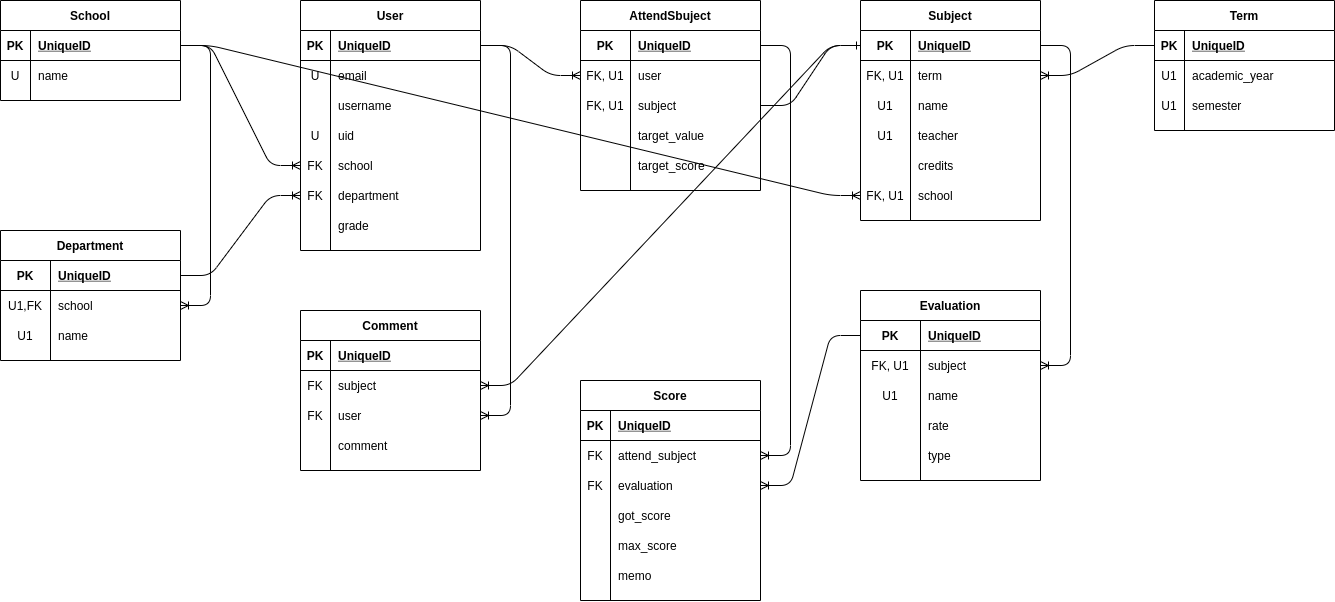
This is references/er.png from kathmandu777/Barifac, a draw.io export, as it was before one commit. Source tidied: cells renumbered, new cells last; positions are measured from the earlier drawing's top-left corner, leaving out a move shared by most shapes.
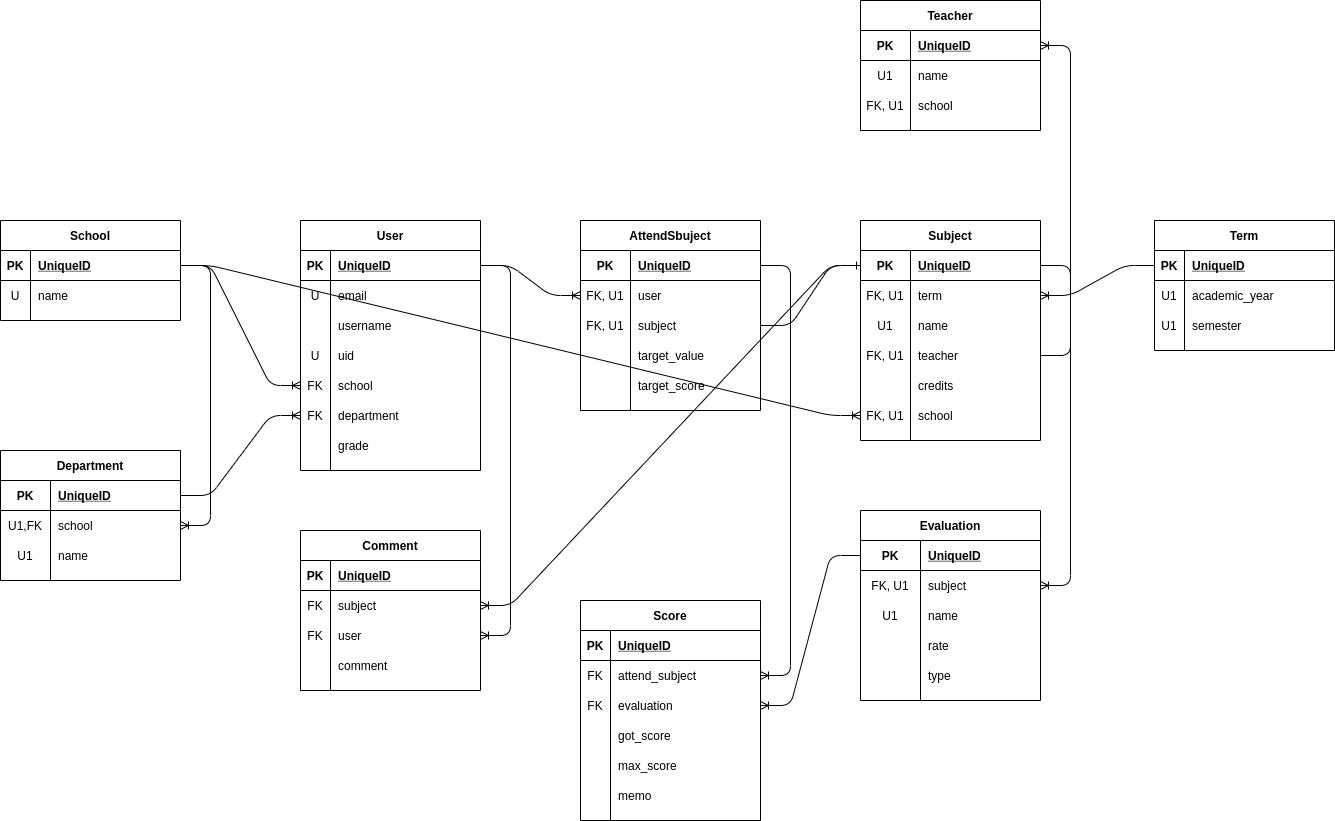
Above is the later version.

Commit message:
fix: add teacher model in er diagram #41

Diff of the diagram source:
```diff
@@ -35,7 +35,7 @@
     <mxCell id="12" style="shape=partialRectangle;fillColor=none;top=0;left=0;bottom=0;right=0;points=[[0,0.5],[1,0.5]];portConstraint=eastwest;" parent="2" vertex="1">
       <mxGeometry y="120" width="180" height="30" as="geometry" />
     </mxCell>
-    <mxCell id="13" value="U1" style="shape=partialRectangle;fillColor=none;top=0;left=0;bottom=0;right=0;overflow=hidden;" parent="12" vertex="1">
+    <mxCell id="13" value="FK, U1" style="shape=partialRectangle;fillColor=none;top=0;left=0;bottom=0;right=0;overflow=hidden;" parent="12" vertex="1">
       <mxGeometry width="50" height="30" as="geometry" />
     </mxCell>
     <mxCell id="14" value="teacher" style="shape=partialRectangle;fillColor=none;top=0;left=0;bottom=0;right=0;align=left;spacingLeft=6;overflow=hidden;" parent="12" vertex="1">
@@ -434,5 +434,38 @@
     <mxCell id="145" style="edgeStyle=entityRelationEdgeStyle;fontSize=12;html=1;endArrow=ERoneToMany;entryX=0;entryY=0.5;entryDx=0;entryDy=0;exitX=1;exitY=0.5;exitDx=0;exitDy=0;" parent="1" edge="1" source="126" target="18">
       <mxGeometry relative="1" as="geometry" />
     </mxCell>
+    <mxCell id="146" value="Teacher" style="shape=table;startSize=30;rowLines=0;fontStyle=1;align=center;" parent="1" vertex="1">
+      <mxGeometry x="860" y="-220" width="180" height="130" as="geometry" />
+    </mxCell>
+    <mxCell id="147" style="shape=partialRectangle;fillColor=none;top=0;left=0;bottom=1;right=0;points=[[0,0.5],[1,0.5]];portConstraint=eastwest;" parent="146" vertex="1">
+      <mxGeometry y="30" width="180" height="30" as="geometry" />
+    </mxCell>
+    <mxCell id="148" value="PK" style="shape=partialRectangle;fillColor=none;top=0;left=0;bottom=0;right=0;fontStyle=1;overflow=hidden;" parent="147" vertex="1">
+      <mxGeometry width="50" height="30" as="geometry" />
+    </mxCell>
+    <mxCell id="149" value="UniqueID" style="shape=partialRectangle;fillColor=none;top=0;left=0;bottom=0;right=0;align=left;spacingLeft=6;fontStyle=5;overflow=hidden;" parent="147" vertex="1">
+      <mxGeometry x="50" width="130" height="30" as="geometry" />
+    </mxCell>
+    <mxCell id="150" style="shape=partialRectangle;fillColor=none;top=0;left=0;bottom=0;right=0;" parent="146" vertex="1">
+      <mxGeometry y="60" width="180" height="30" as="geometry" />
+    </mxCell>
+    <mxCell id="151" value="U1" style="shape=partialRectangle;fillColor=none;top=0;left=0;bottom=0;right=0;overflow=hidden;" parent="150" vertex="1">
+      <mxGeometry width="50" height="30" as="geometry" />
+    </mxCell>
+    <mxCell id="152" value="name" style="shape=partialRectangle;fillColor=none;top=0;left=0;bottom=0;right=0;align=left;spacingLeft=6;overflow=hidden;" parent="150" vertex="1">
+      <mxGeometry x="50" width="130" height="30" as="geometry" />
+    </mxCell>
+    <mxCell id="153" style="shape=partialRectangle;fillColor=none;top=0;left=0;bottom=0;right=0;" parent="146" vertex="1">
+      <mxGeometry y="90" width="180" height="30" as="geometry" />
+    </mxCell>
+    <mxCell id="154" value="FK, U1" style="shape=partialRectangle;fillColor=none;top=0;left=0;bottom=0;right=0;overflow=hidden;" parent="153" vertex="1">
+      <mxGeometry width="50" height="30" as="geometry" />
+    </mxCell>
+    <mxCell id="155" value="school" style="shape=partialRectangle;fillColor=none;top=0;left=0;bottom=0;right=0;align=left;spacingLeft=6;overflow=hidden;" parent="153" vertex="1">
+      <mxGeometry x="50" width="130" height="30" as="geometry" />
+    </mxCell>
+    <mxCell id="156" style="edgeStyle=entityRelationEdgeStyle;fontSize=12;html=1;endArrow=ERoneToMany;exitX=1;exitY=0.5;exitDx=0;exitDy=0;" parent="1" edge="1" source="12" target="147">
+      <mxGeometry relative="1" as="geometry" />
+    </mxCell>
   </root>
 </mxGraphModel>
```
